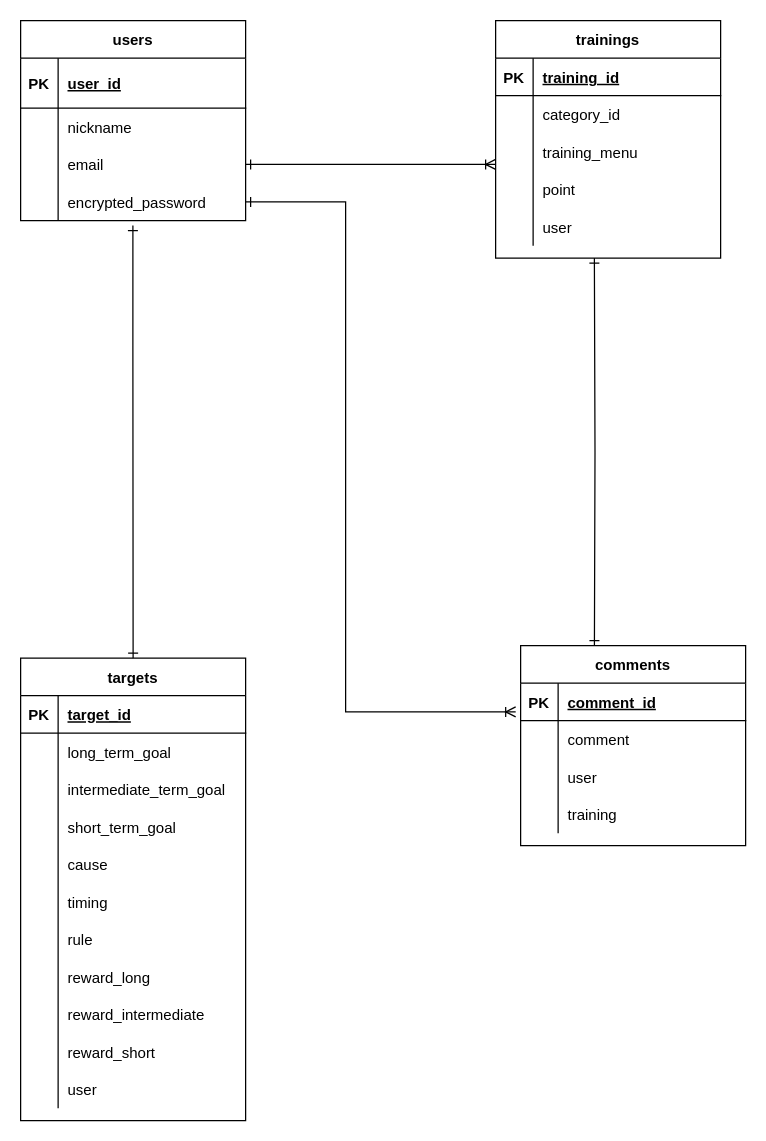
Above: training.dio in toshi-1009/training-35041 (draw.io), before the change. Source tidied: cells renumbered, new cells numbered last; positions are measured from the earlier drawing's top-left corner, leaving out a move shared by most shapes. Both pictures are drawn from the tidied source at 125%, with x=0, y=0 at pixel (20, 20).
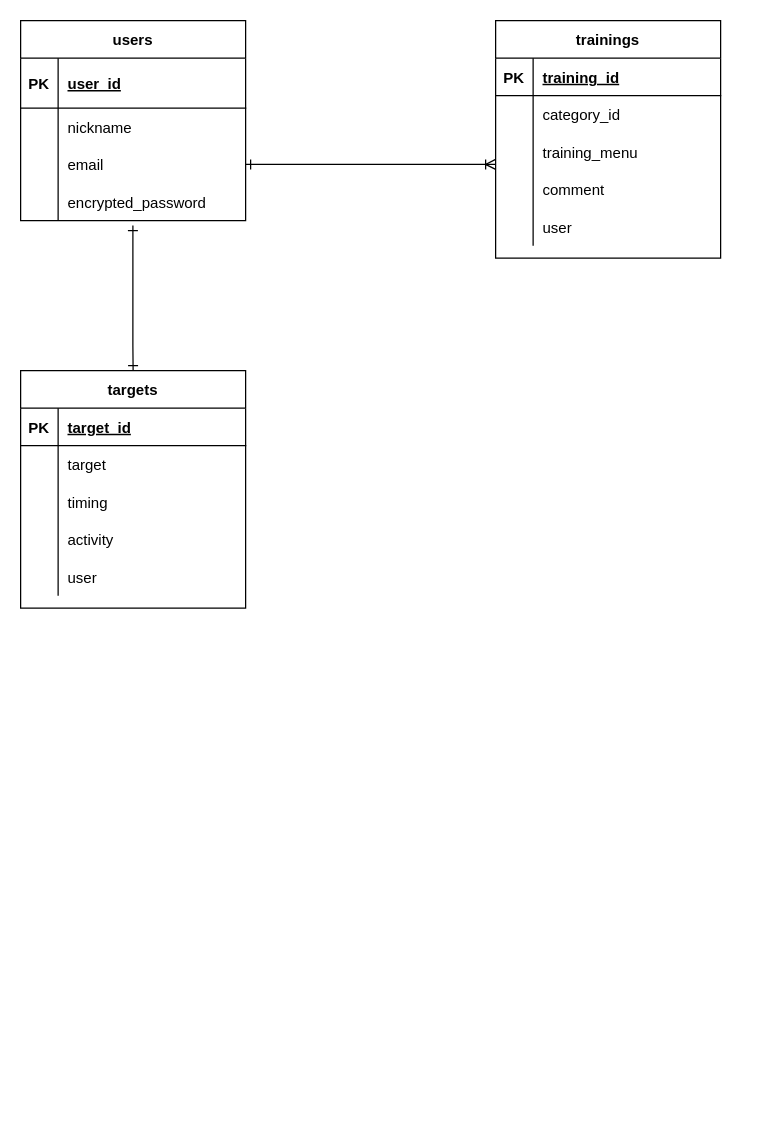
Above is the later version.

Unchanged cells that the change refers to:
```xml
<mxCell id="12" style="shape=partialRectangle;fillColor=none;top=0;left=0;bottom=0;right=0;points=[[0,0.5],[1,0.5]];portConstraint=eastwest;" parent="2" vertex="1">
  <mxGeometry y="130" width="180" height="30" as="geometry" />
</mxCell>
<mxCell id="25" style="shape=partialRectangle;fillColor=none;top=0;left=0;bottom=0;right=0;" parent="15" vertex="1">
  <mxGeometry y="120" width="180" height="30" as="geometry" />
</mxCell>
<mxCell id="49" style="shape=partialRectangle;fillColor=none;top=0;left=0;bottom=0;right=0;" parent="45" vertex="1">
  <mxGeometry y="60" width="180" height="30" as="geometry" />
</mxCell>
```

What changed in the source:
```diff
@@
-    <mxCell id="27" value="point" style="shape=partialRectangle;fillColor=none;top=0;left=0;bottom=0;right=0;align=left;spacingLeft=6;overflow=hidden;" parent="25" vertex="1">
+    <mxCell id="27" value="comment" style="shape=partialRectangle;fillColor=none;top=0;left=0;bottom=0;right=0;align=left;spacingLeft=6;overflow=hidden;" parent="25" vertex="1">
       <mxGeometry x="30" width="150" height="30" as="geometry" />
     </mxCell>
@@
-    <mxCell id="31" style="edgeStyle=orthogonalEdgeStyle;rounded=0;jettySize=auto;html=1;startArrow=ERoneToMany;startFill=0;endArrow=ERone;endFill=0;entryX=1;entryY=0.5;entryDx=0;entryDy=0;exitX=-0.022;exitY=0.767;exitDx=0;exitDy=0;exitPerimeter=0;" parent="1" edge="1" source="33" target="12">
-      <mxGeometry relative="1" as="geometry">
-        <Array as="points">
-          <mxPoint x="260" y="553" />
-          <mxPoint x="260" y="145" />
-        </Array>
-      </mxGeometry>
-    </mxCell>
-    <mxCell id="32" value="comments" style="shape=table;startSize=30;childLayout=tableLayout;rowLines=0;fontStyle=1;align=center;" parent="1" vertex="1">
-      <mxGeometry x="400" y="500" width="180" height="160" as="geometry" />
-    </mxCell>
-    <mxCell id="33" style="shape=partialRectangle;fillColor=none;top=0;left=0;bottom=1;right=0;points=[[0,0.5],[1,0.5]];portConstraint=eastwest;" parent="32" vertex="1">
-      <mxGeometry y="30" width="180" height="30" as="geometry" />
-    </mxCell>
-    <mxCell id="34" value="PK" style="shape=partialRectangle;fillColor=none;top=0;left=0;bottom=0;right=0;fontStyle=1;overflow=hidden;" parent="33" vertex="1">
-      <mxGeometry width="30" height="30" as="geometry" />
-    </mxCell>
-    <mxCell id="35" value="comment_id" style="shape=partialRectangle;fillColor=none;top=0;left=0;bottom=0;right=0;align=left;spacingLeft=6;fontStyle=5;overflow=hidden;" parent="33" vertex="1">
-      <mxGeometry x="30" width="150" height="30" as="geometry" />
-    </mxCell>
-    <mxCell id="36" style="shape=partialRectangle;fillColor=none;top=0;left=0;bottom=0;right=0;" parent="32" vertex="1">
-      <mxGeometry y="60" width="180" height="30" as="geometry" />
-    </mxCell>
-    <mxCell id="37" style="shape=partialRectangle;fillColor=none;top=0;left=0;bottom=0;right=0;overflow=hidden;" parent="36" vertex="1">
-      <mxGeometry width="30" height="30" as="geometry" />
-    </mxCell>
-    <mxCell id="38" value="comment" style="shape=partialRectangle;fillColor=none;top=0;left=0;bottom=0;right=0;align=left;spacingLeft=6;overflow=hidden;" parent="36" vertex="1">
-      <mxGeometry x="30" width="150" height="30" as="geometry" />
-    </mxCell>
-    <mxCell id="39" style="shape=partialRectangle;fillColor=none;top=0;left=0;bottom=0;right=0;" parent="32" vertex="1">
-      <mxGeometry y="90" width="180" height="30" as="geometry" />
-    </mxCell>
-    <mxCell id="40" style="shape=partialRectangle;fillColor=none;top=0;left=0;bottom=0;right=0;overflow=hidden;" parent="39" vertex="1">
-      <mxGeometry width="30" height="30" as="geometry" />
-    </mxCell>
-    <mxCell id="41" value="user" style="shape=partialRectangle;fillColor=none;top=0;left=0;bottom=0;right=0;align=left;spacingLeft=6;overflow=hidden;" parent="39" vertex="1">
-      <mxGeometry x="30" width="150" height="30" as="geometry" />
-    </mxCell>
-    <mxCell id="42" style="shape=partialRectangle;fillColor=none;top=0;left=0;bottom=0;right=0;" parent="32" vertex="1">
-      <mxGeometry y="120" width="180" height="30" as="geometry" />
-    </mxCell>
-    <mxCell id="43" style="shape=partialRectangle;fillColor=none;top=0;left=0;bottom=0;right=0;overflow=hidden;" parent="42" vertex="1">
-      <mxGeometry width="30" height="30" as="geometry" />
-    </mxCell>
-    <mxCell id="44" value="training" style="shape=partialRectangle;fillColor=none;top=0;left=0;bottom=0;right=0;align=left;spacingLeft=6;overflow=hidden;" parent="42" vertex="1">
-      <mxGeometry x="30" width="150" height="30" as="geometry" />
-    </mxCell>
     <mxCell id="45" value="targets" style="shape=table;startSize=30;childLayout=tableLayout;rowLines=0;fontStyle=1;align=center;" parent="1" vertex="1">
-      <mxGeometry y="510" width="180" height="370" as="geometry" />
+      <mxGeometry y="280" width="180" height="190" as="geometry" />
     </mxCell>
@@
-    <mxCell id="51" value="long_term_goal" style="shape=partialRectangle;fillColor=none;top=0;left=0;bottom=0;right=0;align=left;spacingLeft=6;overflow=hidden;" parent="49" vertex="1">
+    <mxCell id="51" value="target" style="shape=partialRectangle;fillColor=none;top=0;left=0;bottom=0;right=0;align=left;spacingLeft=6;overflow=hidden;" parent="49" vertex="1">
       <mxGeometry x="30" width="150" height="30" as="geometry" />
     </mxCell>
-    <mxCell id="52" style="shape=partialRectangle;fillColor=none;top=0;left=0;bottom=0;right=0;" parent="45" vertex="1">
-      <mxGeometry y="90" width="180" height="30" as="geometry" />
-    </mxCell>
-    <mxCell id="53" style="shape=partialRectangle;fillColor=none;top=0;left=0;bottom=0;right=0;overflow=hidden;" parent="52" vertex="1">
-      <mxGeometry width="30" height="30" as="geometry" />
-    </mxCell>
-    <mxCell id="54" value="intermediate_term_goal" style="shape=partialRectangle;fillColor=none;top=0;left=0;bottom=0;right=0;align=left;spacingLeft=6;overflow=hidden;" parent="52" vertex="1">
-      <mxGeometry x="30" width="150" height="30" as="geometry" />
-    </mxCell>
-    <mxCell id="55" style="shape=partialRectangle;fillColor=none;top=0;left=0;bottom=0;right=0;" parent="45" vertex="1">
-      <mxGeometry y="120" width="180" height="30" as="geometry" />
-    </mxCell>
-    <mxCell id="56" style="shape=partialRectangle;fillColor=none;top=0;left=0;bottom=0;right=0;overflow=hidden;" parent="55" vertex="1">
-      <mxGeometry width="30" height="30" as="geometry" />
-    </mxCell>
-    <mxCell id="57" value="short_term_goal" style="shape=partialRectangle;fillColor=none;top=0;left=0;bottom=0;right=0;align=left;spacingLeft=6;overflow=hidden;" parent="55" vertex="1">
-      <mxGeometry x="30" width="150" height="30" as="geometry" />
-    </mxCell>
-    <mxCell id="58" style="shape=partialRectangle;fillColor=none;top=0;left=0;bottom=0;right=0;" parent="45" vertex="1">
-      <mxGeometry y="150" width="180" height="30" as="geometry" />
-    </mxCell>
-    <mxCell id="59" style="shape=partialRectangle;fillColor=none;top=0;left=0;bottom=0;right=0;overflow=hidden;" parent="58" vertex="1">
-      <mxGeometry width="30" height="30" as="geometry" />
-    </mxCell>
-    <mxCell id="60" value="cause" style="shape=partialRectangle;fillColor=none;top=0;left=0;bottom=0;right=0;align=left;spacingLeft=6;overflow=hidden;" parent="58" vertex="1">
-      <mxGeometry x="30" width="150" height="30" as="geometry" />
-    </mxCell>
     <mxCell id="61" style="shape=partialRectangle;fillColor=none;top=0;left=0;bottom=0;right=0;" parent="45" vertex="1">
-      <mxGeometry y="180" width="180" height="30" as="geometry" />
+      <mxGeometry y="90" width="180" height="30" as="geometry" />
     </mxCell>
@@
-    <mxCell id="64" style="shape=partialRectangle;fillColor=none;top=0;left=0;bottom=0;right=0;" parent="45" vertex="1">
-      <mxGeometry y="210" width="180" height="30" as="geometry" />
-    </mxCell>
-    <mxCell id="65" style="shape=partialRectangle;fillColor=none;top=0;left=0;bottom=0;right=0;overflow=hidden;" parent="64" vertex="1">
-      <mxGeometry width="30" height="30" as="geometry" />
-    </mxCell>
-    <mxCell id="66" value="rule" style="shape=partialRectangle;fillColor=none;top=0;left=0;bottom=0;right=0;align=left;spacingLeft=6;overflow=hidden;" parent="64" vertex="1">
-      <mxGeometry x="30" width="150" height="30" as="geometry" />
-    </mxCell>
-    <mxCell id="67" style="shape=partialRectangle;fillColor=none;top=0;left=0;bottom=0;right=0;" parent="45" vertex="1">
-      <mxGeometry y="240" width="180" height="30" as="geometry" />
-    </mxCell>
-    <mxCell id="68" style="shape=partialRectangle;fillColor=none;top=0;left=0;bottom=0;right=0;overflow=hidden;" parent="67" vertex="1">
-      <mxGeometry width="30" height="30" as="geometry" />
-    </mxCell>
-    <mxCell id="69" value="reward_long" style="shape=partialRectangle;fillColor=none;top=0;left=0;bottom=0;right=0;align=left;spacingLeft=6;overflow=hidden;" parent="67" vertex="1">
-      <mxGeometry x="30" width="150" height="30" as="geometry" />
-    </mxCell>
-    <mxCell id="70" style="shape=partialRectangle;fillColor=none;top=0;left=0;bottom=0;right=0;" parent="45" vertex="1">
-      <mxGeometry y="270" width="180" height="30" as="geometry" />
-    </mxCell>
-    <mxCell id="71" style="shape=partialRectangle;fillColor=none;top=0;left=0;bottom=0;right=0;overflow=hidden;" parent="70" vertex="1">
-      <mxGeometry width="30" height="30" as="geometry" />
-    </mxCell>
-    <mxCell id="72" value="reward_intermediate" style="shape=partialRectangle;fillColor=none;top=0;left=0;bottom=0;right=0;align=left;spacingLeft=6;overflow=hidden;" parent="70" vertex="1">
-      <mxGeometry x="30" width="150" height="30" as="geometry" />
-    </mxCell>
     <mxCell id="73" style="shape=partialRectangle;fillColor=none;top=0;left=0;bottom=0;right=0;" parent="45" vertex="1">
-      <mxGeometry y="300" width="180" height="30" as="geometry" />
+      <mxGeometry y="120" width="180" height="30" as="geometry" />
     </mxCell>
@@
-    <mxCell id="75" value="reward_short" style="shape=partialRectangle;fillColor=none;top=0;left=0;bottom=0;right=0;align=left;spacingLeft=6;overflow=hidden;" parent="73" vertex="1">
+    <mxCell id="75" value="activity" style="shape=partialRectangle;fillColor=none;top=0;left=0;bottom=0;right=0;align=left;spacingLeft=6;overflow=hidden;" parent="73" vertex="1">
       <mxGeometry x="30" width="150" height="30" as="geometry" />
     </mxCell>
     <mxCell id="76" style="shape=partialRectangle;fillColor=none;top=0;left=0;bottom=0;right=0;" parent="45" vertex="1">
-      <mxGeometry y="330" width="180" height="30" as="geometry" />
+      <mxGeometry y="150" width="180" height="30" as="geometry" />
     </mxCell>
@@
-    <mxCell id="82" style="edgeStyle=orthogonalEdgeStyle;rounded=0;jettySize=auto;html=1;entryX=0.328;entryY=0;entryDx=0;entryDy=0;startArrow=ERone;startFill=0;endArrow=ERone;endFill=0;entryPerimeter=0;" parent="1" edge="1" target="32">
-      <mxGeometry relative="1" as="geometry">
-        <mxPoint x="459" y="190" as="sourcePoint" />
-      </mxGeometry>
-    </mxCell>
```
